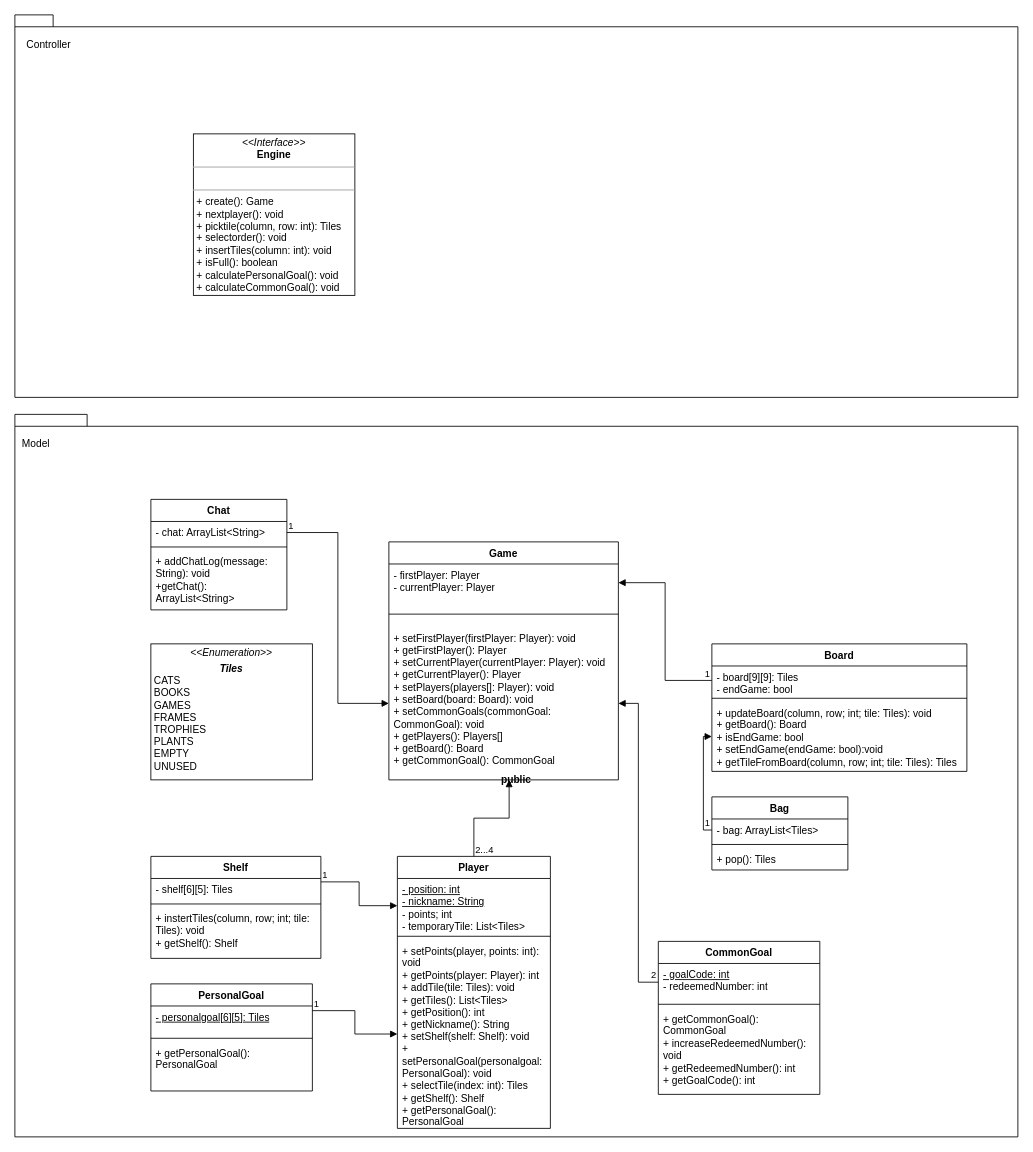
This is UMLs/InitialUML.drawio from Luisi-Parsani-Simoncini-Zanardi/ing-sw-2023-luisi-parsani-simoncini-zanardi, a draw.io file, before an edit. Source tidied: cells renumbered, new cells numbered last; positions are measured from the earlier drawing's top-left corner, leaving out a move shared by most shapes. Both pictures are drawn from the tidied source at 85%, with x=0, y=0 at pixel (14, 14).
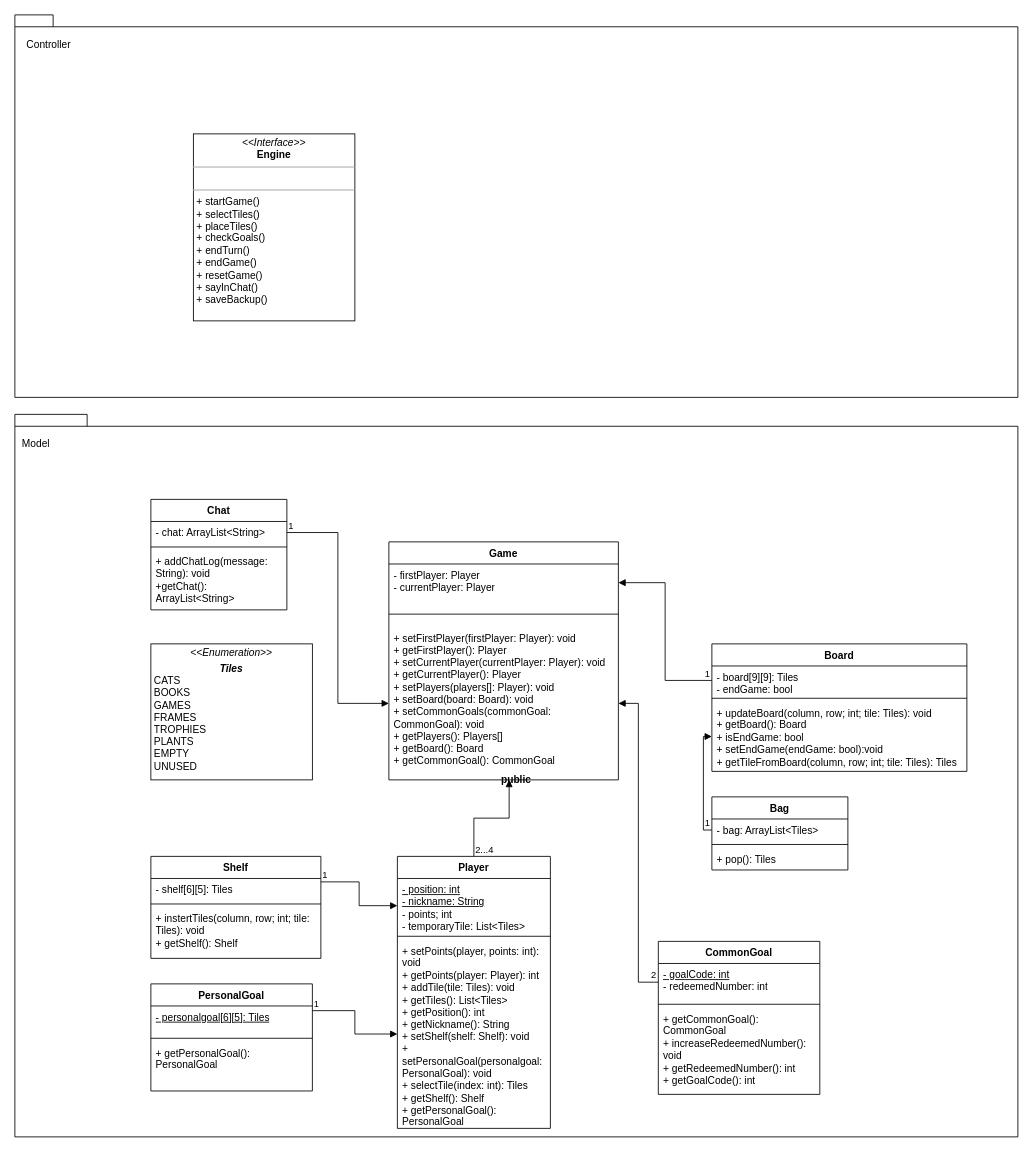
The same diagram, later.

What changed in the source:
```diff
@@
-    <mxCell id="54" value="&lt;p style=&quot;margin:0px;margin-top:4px;text-align:center;&quot;&gt;&lt;i&gt;&amp;lt;&amp;lt;Interface&amp;gt;&amp;gt;&lt;/i&gt;&lt;br&gt;&lt;b&gt;Engine&lt;/b&gt;&lt;/p&gt;&lt;hr size=&quot;1&quot;&gt;&lt;p style=&quot;margin:0px;margin-left:4px;&quot;&gt;&lt;br&gt;&lt;/p&gt;&lt;hr size=&quot;1&quot;&gt;&lt;p style=&quot;margin:0px;margin-left:4px;&quot;&gt;+ create(): Game&lt;/p&gt;&lt;p style=&quot;margin:0px;margin-left:4px;&quot;&gt;+ nextplayer(): void&lt;/p&gt;&lt;p style=&quot;margin:0px;margin-left:4px;&quot;&gt;+ picktile(column, row: int): Tiles&lt;/p&gt;&lt;p style=&quot;margin:0px;margin-left:4px;&quot;&gt;+ selectorder(): void&lt;/p&gt;&lt;p style=&quot;margin:0px;margin-left:4px;&quot;&gt;+ insertTiles(column: int): void&lt;/p&gt;&lt;p style=&quot;margin:0px;margin-left:4px;&quot;&gt;+ isFull(): boolean&lt;/p&gt;&lt;p style=&quot;margin:0px;margin-left:4px;&quot;&gt;+ calculatePersonalGoal(): void&lt;/p&gt;&lt;p style=&quot;margin:0px;margin-left:4px;&quot;&gt;+ calculateCommonGoal(): void&lt;/p&gt;&lt;p style=&quot;margin:0px;margin-left:4px;&quot;&gt;&lt;br&gt;&lt;/p&gt;" style="verticalAlign=top;align=left;overflow=fill;fontSize=12;fontFamily=Helvetica;html=1;whiteSpace=wrap;fillColor=none;" parent="1" vertex="1">
-      <mxGeometry x="210" y="140" width="190" height="190" as="geometry" />
+    <mxCell id="54" value="&lt;p style=&quot;margin:0px;margin-top:4px;text-align:center;&quot;&gt;&lt;i&gt;&amp;lt;&amp;lt;Interface&amp;gt;&amp;gt;&lt;/i&gt;&lt;br&gt;&lt;b&gt;Engine&lt;/b&gt;&lt;/p&gt;&lt;hr size=&quot;1&quot;&gt;&lt;p style=&quot;margin:0px;margin-left:4px;&quot;&gt;&lt;br&gt;&lt;/p&gt;&lt;hr size=&quot;1&quot;&gt;&lt;p style=&quot;margin:0px;margin-left:4px;&quot;&gt;+ startGame()&lt;/p&gt;&lt;p style=&quot;margin:0px;margin-left:4px;&quot;&gt;+ selectTiles()&lt;/p&gt;&lt;p style=&quot;margin:0px;margin-left:4px;&quot;&gt;+ placeTiles()&lt;/p&gt;&lt;p style=&quot;margin:0px;margin-left:4px;&quot;&gt;+ checkGoals()&lt;/p&gt;&lt;p style=&quot;margin:0px;margin-left:4px;&quot;&gt;+ endTurn()&lt;/p&gt;&lt;p style=&quot;margin:0px;margin-left:4px;&quot;&gt;+ endGame()&lt;/p&gt;&lt;p style=&quot;margin:0px;margin-left:4px;&quot;&gt;+ resetGame()&lt;/p&gt;&lt;p style=&quot;margin:0px;margin-left:4px;&quot;&gt;+ sayInChat()&lt;/p&gt;&lt;p style=&quot;margin:0px;margin-left:4px;&quot;&gt;+ saveBackup()&lt;/p&gt;" style="verticalAlign=top;align=left;overflow=fill;fontSize=12;fontFamily=Helvetica;html=1;whiteSpace=wrap;fillColor=none;" parent="1" vertex="1">
+      <mxGeometry x="210" y="140" width="190" height="220" as="geometry" />
     </mxCell>
```
